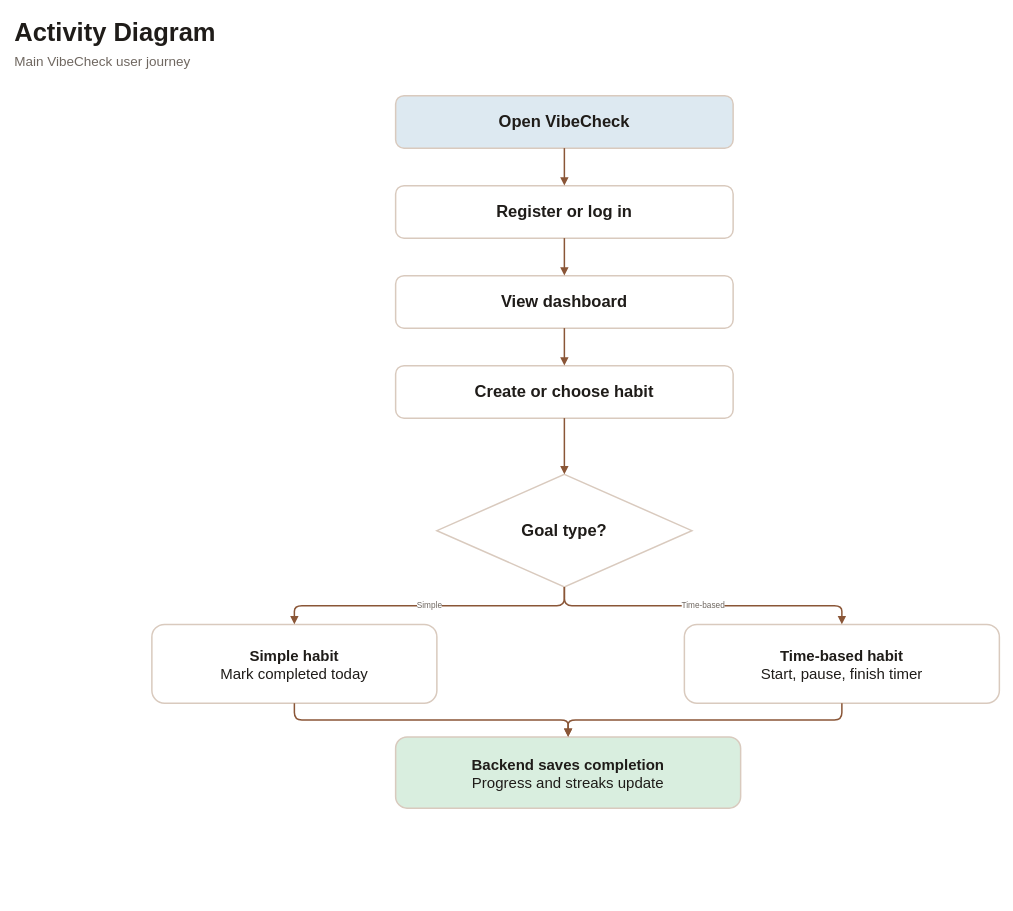
Earlier version of the draw.io diagram docs/diagrams/drawio/activity-diagram.drawio (stellandegwa853/habittracker). Source tidied: cells renumbered, new cells numbered last; positions are measured from the earlier drawing's top-left corner, leaving out a move shared by most shapes. Both pictures are drawn from the tidied source at 75%, with x=0, y=0 at pixel (13, 13).
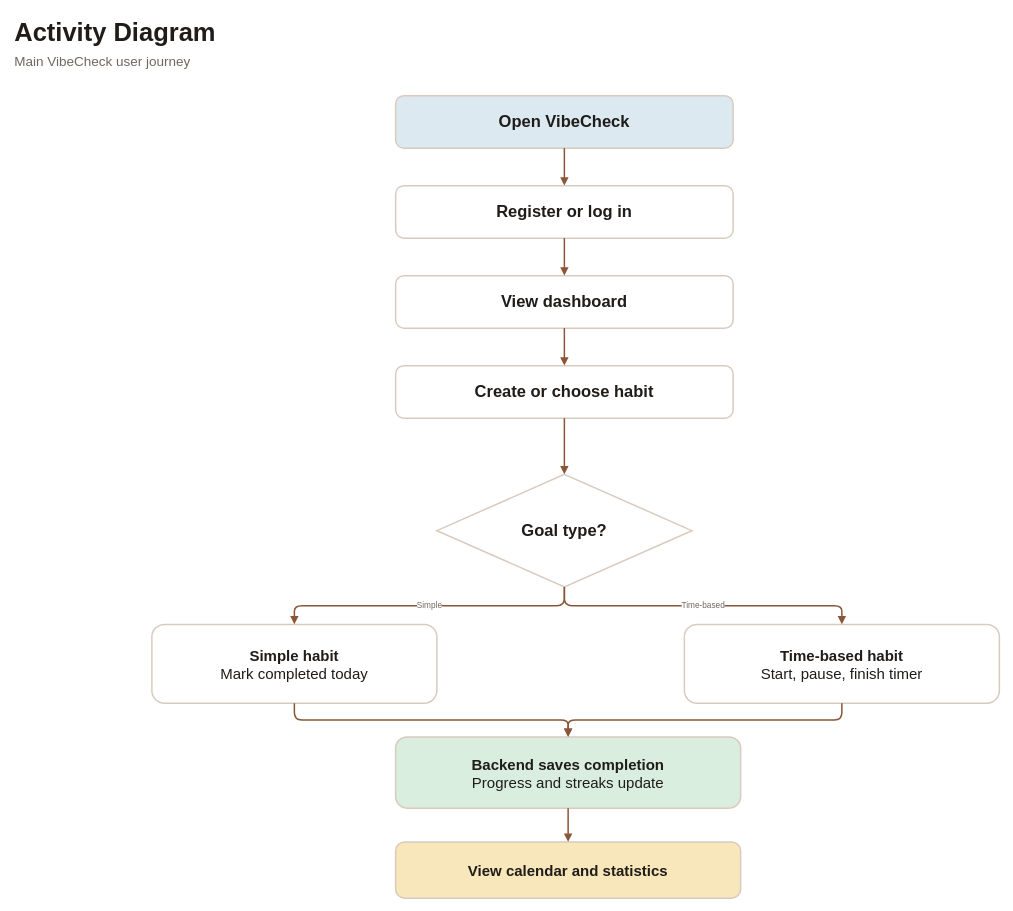
The same page after the edit.

Commit message (it also covers changes not shown here):
Polish drawio diagram layouts

Unchanged cells that the change refers to:
```xml
<mxCell id="11" value="&lt;b&gt;Backend saves completion&lt;/b&gt;&lt;br&gt;Progress and streaks update" style="rounded=1;whiteSpace=wrap;html=1;arcSize=16;fillColor=#d9eedf;strokeColor=#d9cabe;strokeWidth=2;fontColor=#1f1c19;fontSize=20;fontStyle=0;spacing=10;" parent="1" vertex="1">
  <mxGeometry x="510" y="965" width="460" height="95" as="geometry" />
</mxCell>
```

What changed in the source:
```diff
@@
+    <mxCell id="20" value="View calendar and statistics" style="rounded=1;whiteSpace=wrap;html=1;arcSize=16;fillColor=#f7e7bb;strokeColor=#d9cabe;strokeWidth=2;fontColor=#1f1c19;fontSize=20;fontStyle=1;spacing=10;" parent="1" vertex="1">
+      <mxGeometry x="510" y="1105" width="460" height="75" as="geometry" />
+    </mxCell>
+    <mxCell id="21" style="edgeStyle=orthogonalEdgeStyle;rounded=1;jettySize=auto;html=1;strokeColor=#8a5637;strokeWidth=2;endArrow=block;endFill=1;fontColor=#6f6760;" parent="1" edge="1" source="11" target="20">
+      <mxGeometry relative="1" as="geometry" />
+    </mxCell>
```
